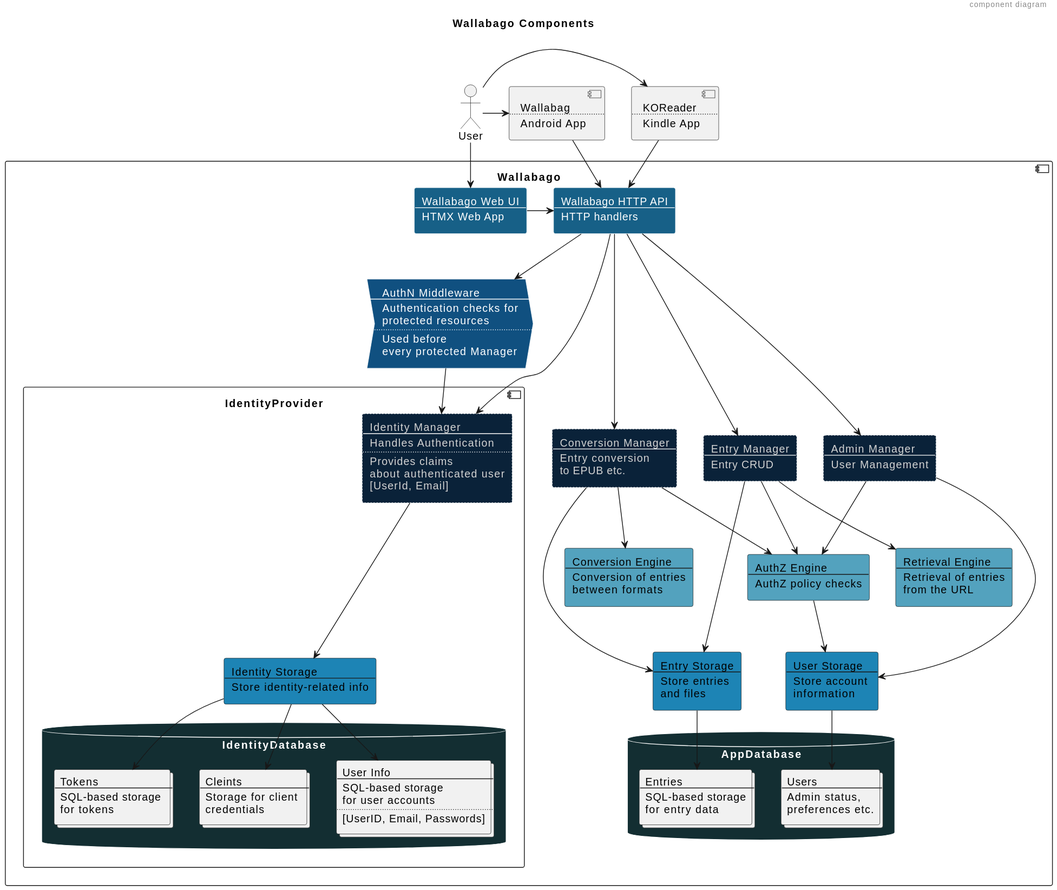
The PlantUML diagram docs/diagrams/dist/architecture-components.svg in xomiachuna/wallabago, before a commit.
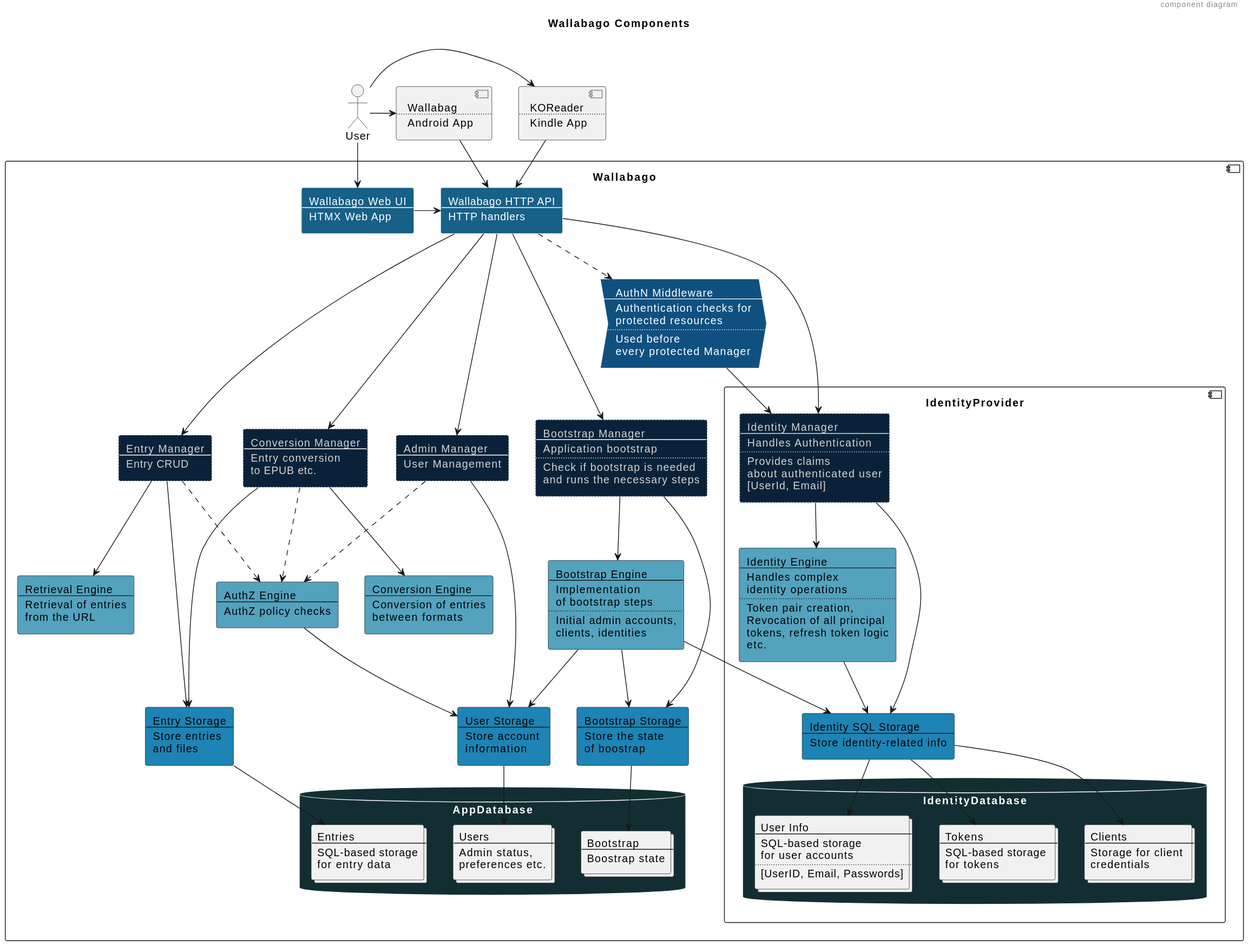
After the commit.

Change to the diagram source:
```diff
@@ -69,6 +69,15 @@
         to EPUB etc.
     ]
 
+    rectangle BootstrapManager #$Manager [
+        Bootstrap Manager
+        ----
+        Application bootstrap
+        ....
+        Check if bootstrap is needed
+        and runs the necessary steps
+    ]
+
 
     rectangle AuthZEngine #$Engine [
         AuthZ Engine
@@ -90,6 +99,16 @@
         between formats
     ]
 
+    rectangle BootstrapEngine #$Engine [
+        Bootstrap Engine
+        ----
+        Implementation
+        of bootstrap steps
+        ....
+        Initial admin accounts,
+        clients, identities
+    ]
+
 
 
     rectangle UserStorage #$Storage [
@@ -104,6 +123,13 @@
         ----
         Store entries
         and files
+    ]
+
+    rectangle BootstrapStorage #$Storage [
+        Bootstrap Storage
+        ----
+        Store the state
+        of boostrap
     ]
 
 
@@ -121,6 +147,12 @@
             SQL-based storage
             for entry data
         ]
+
+        collections Boostrap [
+            Bootstrap
+            ----
+            Boostrap state
+        ]
     }
     component IdentityProvider {
         rectangle IdentityManager #$Manager [
@@ -133,8 +165,20 @@
             [UserId, Email]
         ]
 
+        rectangle IdentityEngine #$Engine [
+            Identity Engine
+            ----
+            Handles complex
+            identity operations
+            ....
+            Token pair creation,
+            Revocation of all principal
+            tokens, refresh token logic
+            etc.
+        ]
+
         rectangle IdentityStorage #$Storage [
-            Identity Storage
+            Identity SQL Storage
             ----
             Store identity-related info
         ]
@@ -157,7 +201,7 @@
             ]
 
             collections Clients [
-                Cleints
+                Clients
                 ----
                 Storage for client
                 credentials
@@ -174,33 +218,42 @@
 WallabagAndroid --> HTTPAPI
 WebUI -> HTTPAPI
 
-HTTPAPI --> AuthNMiddleware
+HTTPAPI ..> AuthNMiddleware
 HTTPAPI ---> IdentityManager
 HTTPAPI ---> AdminManager
 HTTPAPI ---> ConversionManager
 HTTPAPI ---> EntryManager
+HTTPAPI ---> BootstrapManager
 
 AuthNMiddleware --> IdentityManager
 
+BootstrapManager ---> BootstrapStorage
+BootstrapManager --> BootstrapEngine
+
 EntryManager --> RetrievalEngine
-EntryManager --> AuthZEngine
+EntryManager ..> AuthZEngine
 EntryManager ---> EntryStorage
 
-AdminManager --> AuthZEngine
+AdminManager ..> AuthZEngine
 AdminManager ---> UserStorage
 
 ConversionManager --> ConversionEngine
-ConversionManager --> AuthZEngine
+ConversionManager ..> AuthZEngine
 ConversionManager ---> EntryStorage
 
 AuthZEngine --> UserStorage
+BootstrapEngine --> BootstrapStorage
+BootstrapEngine --> IdentityStorage
+BootstrapEngine --> UserStorage
 
 EntryStorage --> Entries
-
+BootstrapStorage --> Boostrap
 UserStorage --> Users
 
 
+IdentityManager --> IdentityEngine
 IdentityManager ---> IdentityStorage
+IdentityEngine --> IdentityStorage
 IdentityStorage --> UserInfo
 IdentityStorage --> Clients
 IdentityStorage --> Tokens
```
